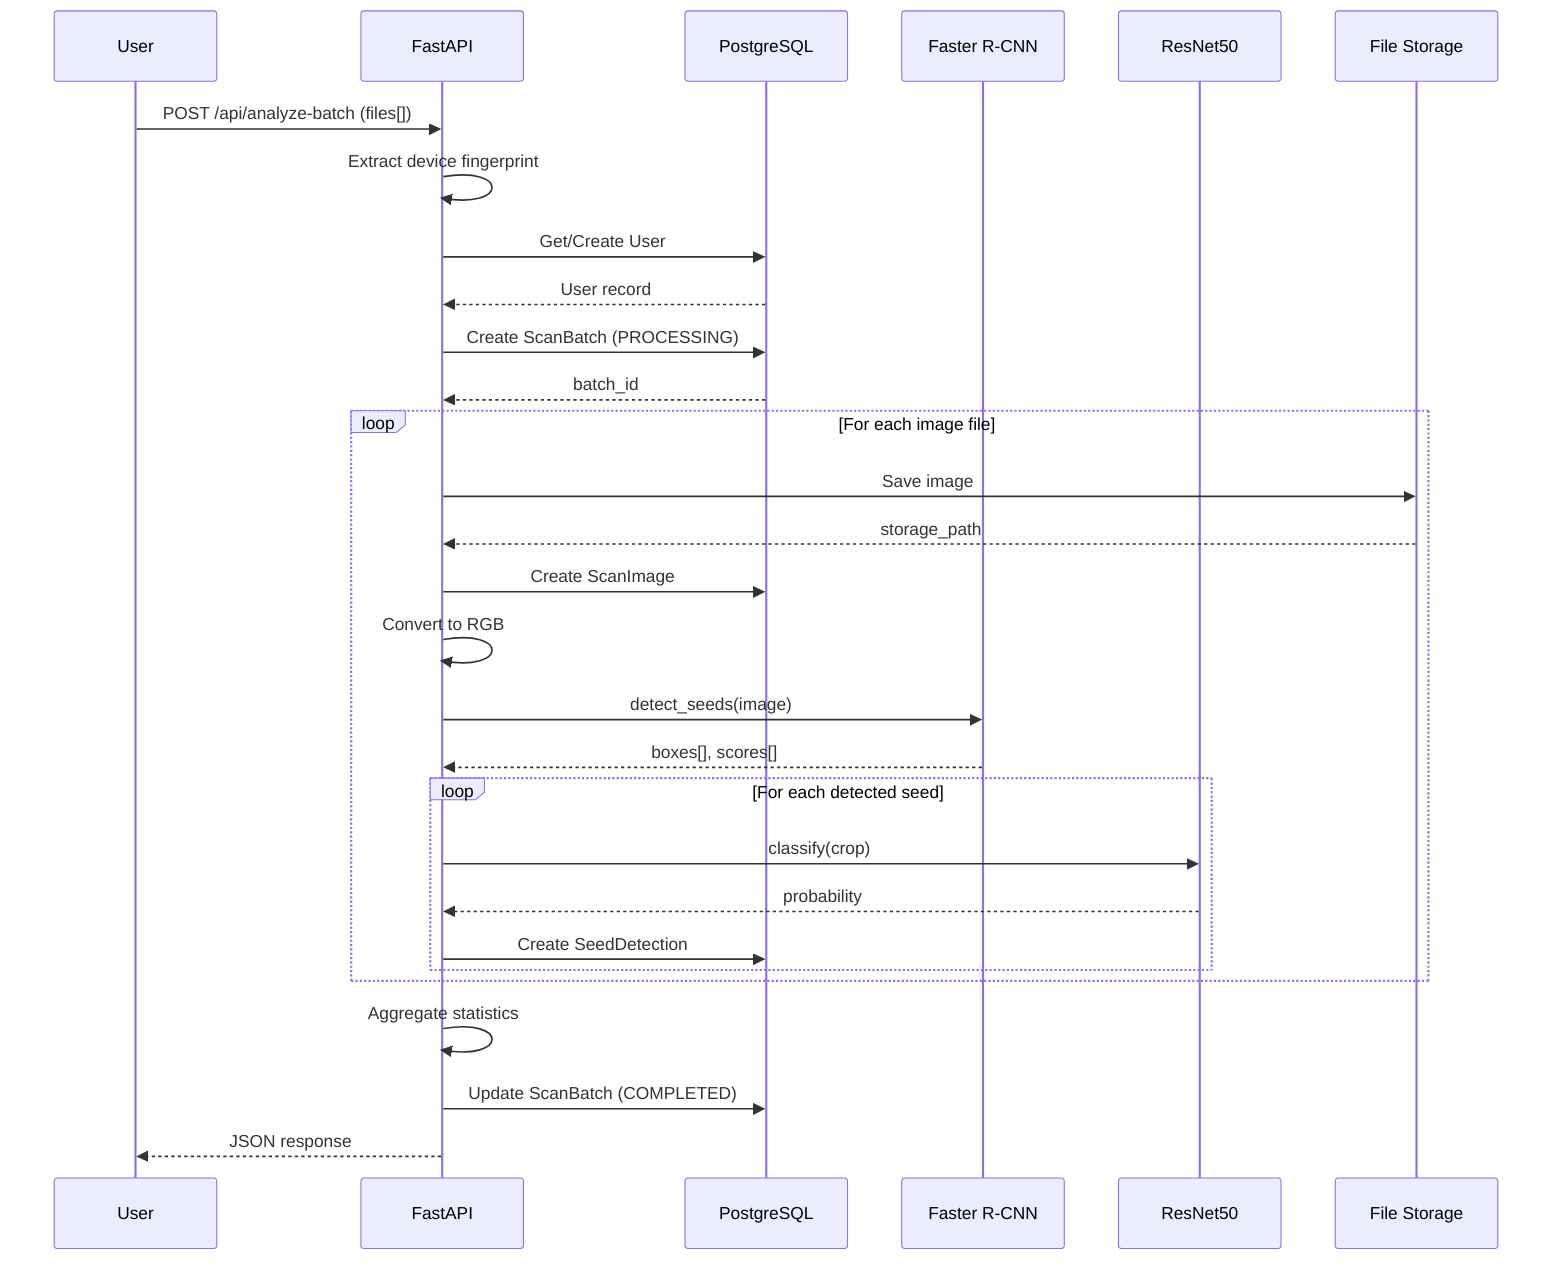
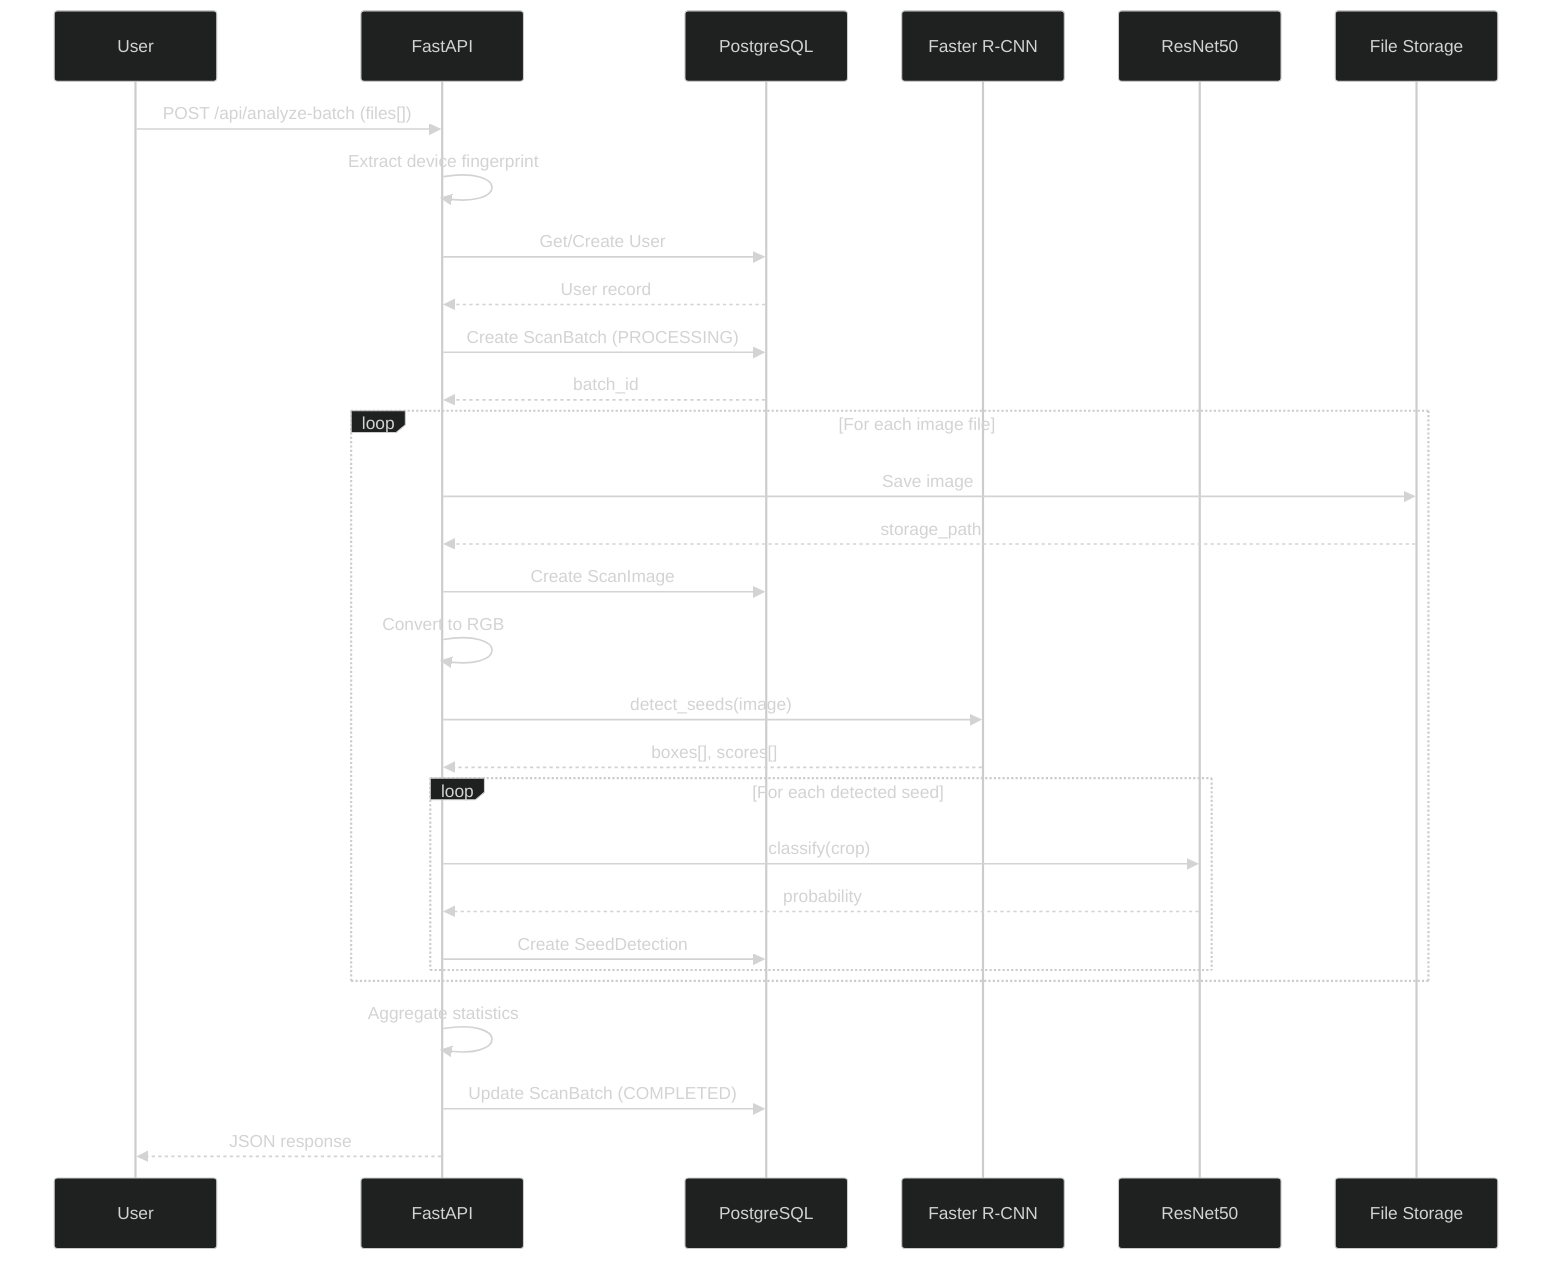
+ ---
+ config:
+   theme: dark
+   layout: dagre
+ ---
sequenceDiagram
    participant U as User
    participant API as FastAPI
    participant DB as PostgreSQL
    participant DM as Faster R-CNN
    participant CM as ResNet50
    participant FS as File Storage

    U->>API: POST /api/analyze-batch (files[])
    API->>API: Extract device fingerprint
    API->>DB: Get/Create User
    DB-->>API: User record
    API->>DB: Create ScanBatch (PROCESSING)
    DB-->>API: batch_id

    loop For each image file
        API->>FS: Save image
        FS-->>API: storage_path
        API->>DB: Create ScanImage
        API->>API: Convert to RGB
        API->>DM: detect_seeds(image)
        DM-->>API: boxes[], scores[]

        loop For each detected seed
            API->>CM: classify(crop)
            CM-->>API: probability
            API->>DB: Create SeedDetection
        end
    end

    API->>API: Aggregate statistics
    API->>DB: Update ScanBatch (COMPLETED)
    API-->>U: JSON response
